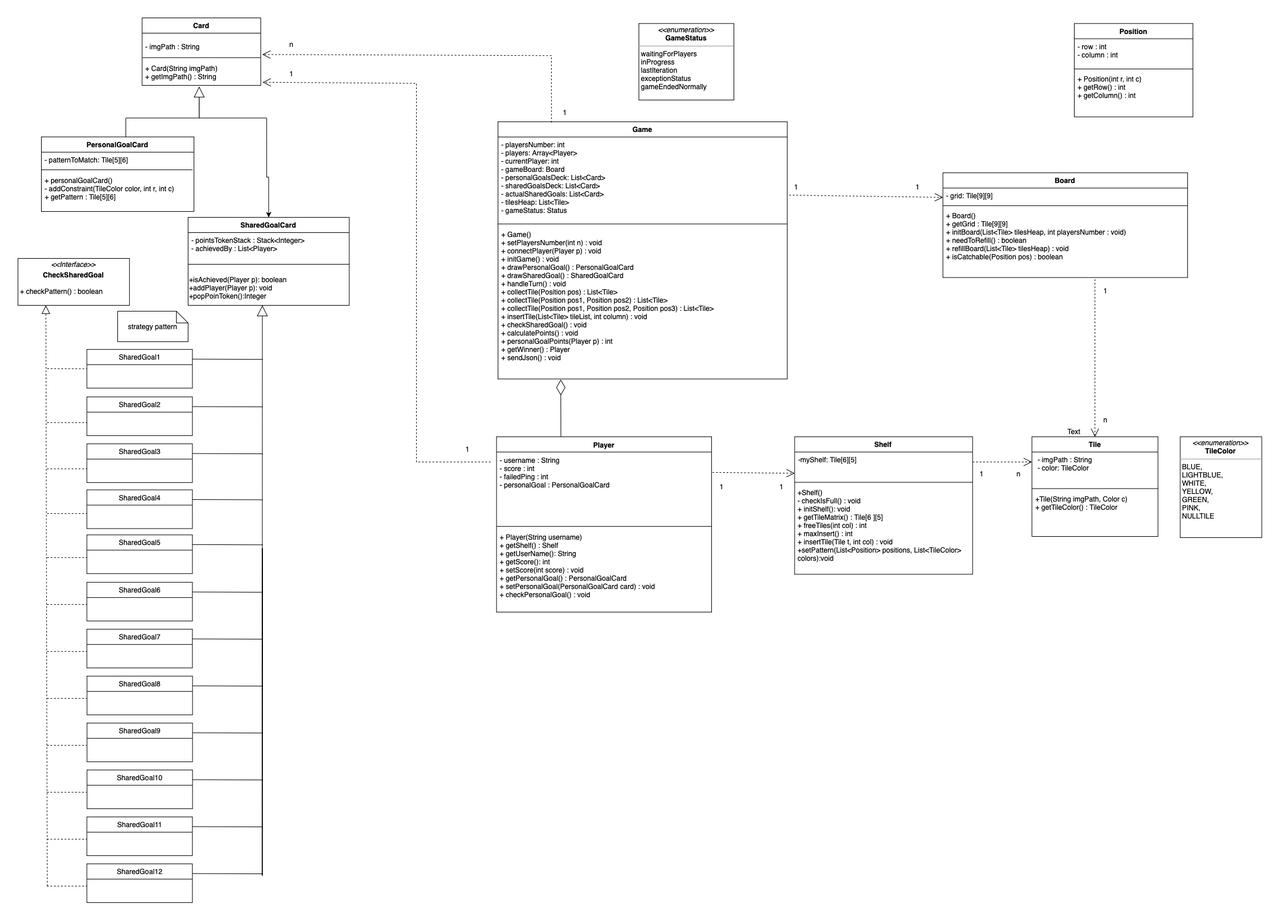
Before: deliveries/UML.png, a diagram exported from draw.io (lucacasta01/IS23-AM32). Source tidied: cells renumbered, new cells last; positions are measured from the earlier drawing's top-left corner, leaving out a move shared by most shapes.
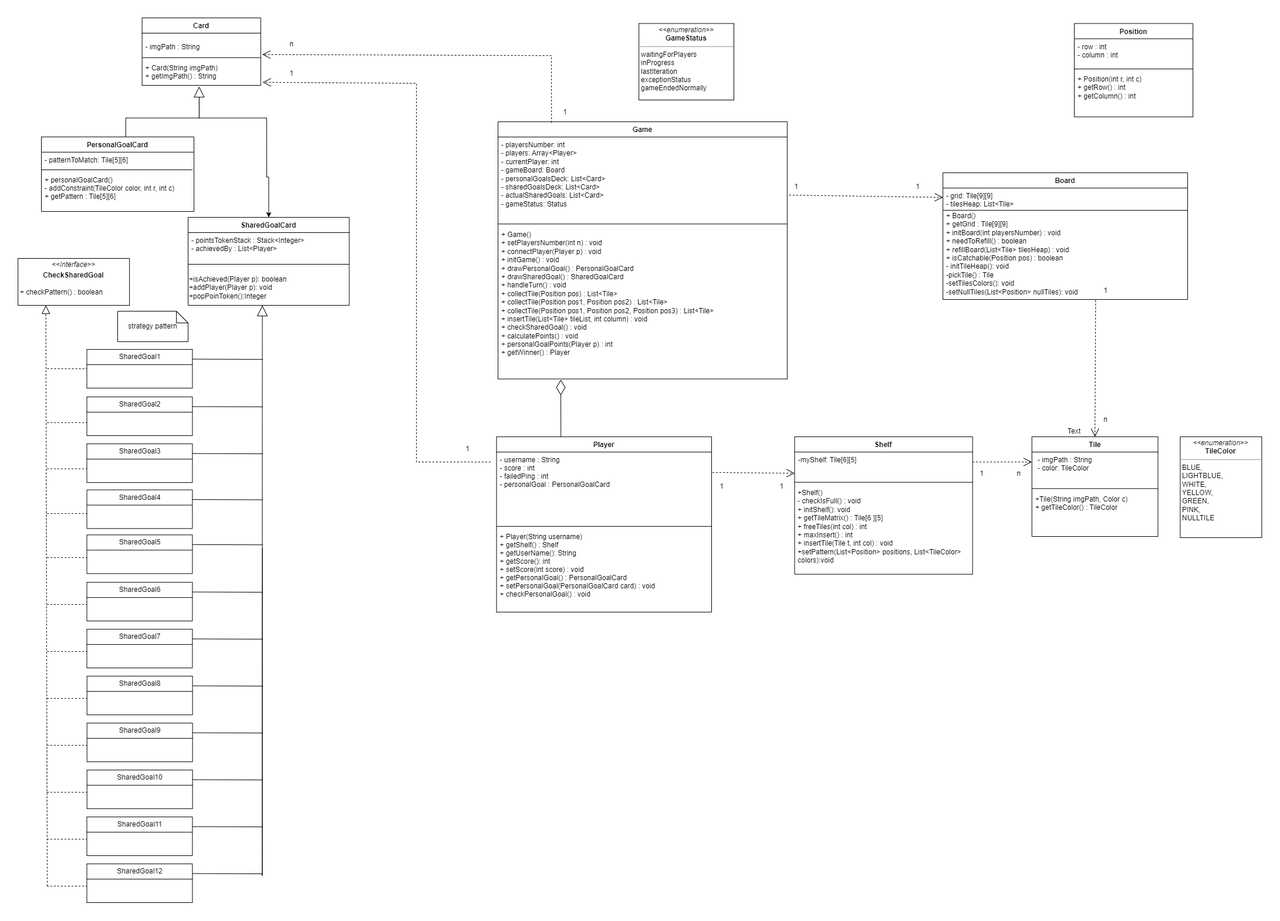
The same diagram one commit later.

What changed in the source:
```diff
@@ -3,7 +3,7 @@
     <mxCell id="0" />
     <mxCell id="1" parent="0" />
     <mxCell id="2" value="Board" style="swimlane;fontStyle=1;align=center;verticalAlign=top;horizontal=1;startSize=26;whiteSpace=wrap;html=1;" parent="1" vertex="1">
-      <mxGeometry x="1576.2" y="264.1" width="416.9" height="178.5" as="geometry" />
+      <mxGeometry x="1576.2" y="264.1" width="416.9" height="215.9" as="geometry" />
     </mxCell>
     <mxCell id="3" value="Game" style="swimlane;fontStyle=1;align=center;verticalAlign=top;horizontal=1;startSize=26;whiteSpace=wrap;html=1;" parent="1" vertex="1">
       <mxGeometry x="818.1" y="177.1" width="492.8" height="438.4" as="geometry" />
@@ -107,10 +107,8 @@
     <mxCell id="29" value="1" style="text;html=1;align=center;verticalAlign=middle;strokeColor=none;fillColor=none;" parent="1" vertex="1">
       <mxGeometry x="1285.6" y="783.9" width="30" height="30" as="geometry" />
     </mxCell>
-    <mxCell id="30" style="endArrow=open;endSize=12;dashed=1;html=1;rounded=0;entryX=0.5;entryY=0;entryDx=0;entryDy=0;" parent="1" edge="1" target="20">
-      <mxGeometry relative="1" as="geometry">
-        <mxPoint x="1835.2" y="445.6" as="sourcePoint" />
-      </mxGeometry>
+    <mxCell id="30" style="endArrow=open;endSize=12;dashed=1;html=1;rounded=0;entryX=0.5;entryY=0;entryDx=0;entryDy=0;exitX=0.624;exitY=1.008;exitDx=0;exitDy=0;exitPerimeter=0;" parent="1" edge="1" source="42" target="20">
+      <mxGeometry relative="1" as="geometry" />
     </mxCell>
     <mxCell id="31" style="endArrow=open;endSize=12;dashed=1;html=1;rounded=0;exitX=1.007;exitY=0.688;exitDx=0;exitDy=0;exitPerimeter=0;" parent="1" edge="1" source="43">
       <mxGeometry relative="1" as="geometry">
@@ -141,22 +139,22 @@
     <mxCell id="39" value="1" style="text;html=1;align=center;verticalAlign=middle;strokeColor=none;fillColor=none;" parent="1" vertex="1">
       <mxGeometry x="450.5" y="80" width="30" height="30" as="geometry" />
     </mxCell>
-    <mxCell id="40" value="- grid: Tile[9][9]" style="text;strokeColor=none;fillColor=none;align=left;verticalAlign=top;spacingLeft=4;spacingRight=4;overflow=hidden;whiteSpace=wrap;html=1;" parent="1" vertex="1">
-      <mxGeometry x="1576.2" y="290.1" width="416.9" height="25.8" as="geometry" />
+    <mxCell id="40" value="- grid: Tile[9][9]&lt;br&gt;- tilesHeap: List&amp;lt;Tile&amp;gt;" style="text;strokeColor=none;fillColor=none;align=left;verticalAlign=top;spacingLeft=4;spacingRight=4;overflow=hidden;whiteSpace=wrap;html=1;" parent="1" vertex="1">
+      <mxGeometry x="1576.2" y="290.1" width="416.9" height="49.9" as="geometry" />
     </mxCell>
     <mxCell id="41" style="line;strokeWidth=1;fillColor=none;align=left;verticalAlign=middle;spacingTop=-1;spacingLeft=3;spacingRight=3;labelPosition=right;strokeColor=inherit;" parent="1" vertex="1">
-      <mxGeometry x="1576.2" y="315.9" width="416.9" height="8.6" as="geometry" />
+      <mxGeometry x="1576.2" y="315.9" width="416.9" height="24.1" as="geometry" />
     </mxCell>
-    <mxCell id="42" value="+ Board()&lt;br&gt;+ getGrid : Tile[9][9]&lt;br&gt;+ initBoard(List&amp;lt;Tile&amp;gt; tilesHeap, int playersNumber : void)&lt;br&gt;+ needToRefill() : boolean&lt;br&gt;+ refillBoard(List&amp;lt;Tile&amp;gt; tilesHeap) : void&lt;br&gt;+ isCatchable(Position pos) : boolean" style="text;strokeColor=none;fillColor=none;align=left;verticalAlign=top;spacingLeft=4;spacingRight=4;overflow=hidden;points=[[0,0.5],[1,0.5]];portConstraint=eastwest;whiteSpace=wrap;html=1;" parent="1" vertex="1">
-      <mxGeometry x="1576.2" y="324.5" width="416.9" height="118.1" as="geometry" />
+    <mxCell id="42" value="+ Board()&lt;br&gt;+ getGrid : Tile[9][9]&lt;br&gt;+ initBoard(int playersNumber) : void&lt;br&gt;+ needToRefill() : boolean&lt;br&gt;+ refillBoard(List&amp;lt;Tile&amp;gt; tilesHeap) : void&lt;br&gt;+ isCatchable(Position pos) : boolean&lt;br&gt;- initTileHeap(): void&lt;br&gt;-pickTile() : Tile&lt;br&gt;-setTilesColors(): void&lt;br&gt;-setNullTiles(List&amp;lt;Position&amp;gt; nullTiles): void&lt;br&gt;&lt;br&gt;" style="text;strokeColor=none;fillColor=none;align=left;verticalAlign=top;spacingLeft=4;spacingRight=4;overflow=hidden;points=[[0,0.5],[1,0.5]];portConstraint=eastwest;whiteSpace=wrap;html=1;" parent="1" vertex="1">
+      <mxGeometry x="1576.2" y="324.5" width="416.9" height="155.5" as="geometry" />
     </mxCell>
-    <mxCell id="43" value="- playersNumber: int&lt;br&gt;- players: Array&amp;lt;Player&amp;gt;&lt;br&gt;- currentPlayer: int&amp;nbsp;&lt;br&gt;- gameBoard: Board&lt;br&gt;- personalGoalsDeck: List&amp;lt;Card&amp;gt;&lt;br&gt;- sharedGoalsDeck: List&amp;lt;Card&amp;gt;&lt;br&gt;- actualSharedGoals: List&amp;lt;Card&amp;gt;&lt;br&gt;- tilesHeap: List&amp;lt;Tile&amp;gt;&lt;br&gt;- gameStatus: Status" style="text;strokeColor=none;fillColor=none;align=left;verticalAlign=top;spacingLeft=4;spacingRight=4;overflow=hidden;points=[[0,0.5],[1,0.5]];portConstraint=eastwest;whiteSpace=wrap;html=1;" parent="1" vertex="1">
+    <mxCell id="43" value="- playersNumber: int&lt;br&gt;- players: Array&amp;lt;Player&amp;gt;&lt;br&gt;- currentPlayer: int&amp;nbsp;&lt;br&gt;- gameBoard: Board&lt;br&gt;- personalGoalsDeck: List&amp;lt;Card&amp;gt;&lt;br&gt;- sharedGoalsDeck: List&amp;lt;Card&amp;gt;&lt;br&gt;- actualSharedGoals: List&amp;lt;Card&amp;gt;&lt;br&gt;- gameStatus: Status" style="text;strokeColor=none;fillColor=none;align=left;verticalAlign=top;spacingLeft=4;spacingRight=4;overflow=hidden;points=[[0,0.5],[1,0.5]];portConstraint=eastwest;whiteSpace=wrap;html=1;" parent="1" vertex="1">
       <mxGeometry x="818.1" y="203.1" width="492.8" height="143.9" as="geometry" />
     </mxCell>
     <mxCell id="44" style="line;strokeWidth=1;fillColor=none;align=left;verticalAlign=middle;spacingTop=-1;spacingLeft=3;spacingRight=3;labelPosition=right;strokeColor=inherit;" parent="1" vertex="1">
       <mxGeometry x="818.1" y="347" width="492.8" height="8.6" as="geometry" />
     </mxCell>
-    <mxCell id="45" value="+ Game()&lt;br&gt;+ setPlayersNumber(int n) : void&lt;br&gt;+ connectPlayer(Player p) : void&lt;br&gt;+ initGame() : void&lt;br&gt;+ drawPersonalGoal() : PersonalGoalCard&lt;br&gt;+ drawSharedGoal() : SharedGoalCard&lt;br&gt;+ handleTurn() : void&lt;br&gt;+ collectTile(Position pos) : List&amp;lt;Tile&amp;gt;&lt;br&gt;+ collectTile(Position pos1, Position pos2) : List&amp;lt;Tile&amp;gt;&lt;br&gt;+ collectTile(Position pos1, Position pos2, Position pos3) : List&amp;lt;Tile&amp;gt;&lt;br&gt;+ insertTile(List&amp;lt;Tile&amp;gt; tileList, int column) : void&lt;br&gt;+ checkSharedGoal() : void&lt;br&gt;+ calculatePoints() : void&lt;br&gt;+ personalGoalPoints(Player p) : int&lt;br&gt;+ getWinner() : Player&lt;br&gt;+ sendJson() : void&amp;nbsp;" style="text;align=left;verticalAlign=top;spacingLeft=4;spacingRight=4;overflow=hidden;points=[[0,0.5],[1,0.5]];portConstraint=eastwest;whiteSpace=wrap;html=1;" parent="1" vertex="1">
+    <mxCell id="45" value="+ Game()&lt;br&gt;+ setPlayersNumber(int n) : void&lt;br&gt;+ connectPlayer(Player p) : void&lt;br&gt;+ initGame() : void&lt;br&gt;+ drawPersonalGoal() : PersonalGoalCard&lt;br&gt;+ drawSharedGoal() : SharedGoalCard&lt;br&gt;+ handleTurn() : void&lt;br&gt;+ collectTile(Position pos) : List&amp;lt;Tile&amp;gt;&lt;br&gt;+ collectTile(Position pos1, Position pos2) : List&amp;lt;Tile&amp;gt;&lt;br&gt;+ collectTile(Position pos1, Position pos2, Position pos3) : List&amp;lt;Tile&amp;gt;&lt;br&gt;+ insertTile(List&amp;lt;Tile&amp;gt; tileList, int column) : void&lt;br&gt;+ checkSharedGoal() : void&lt;br&gt;+ calculatePoints() : void&lt;br&gt;+ personalGoalPoints(Player p) : int&lt;br&gt;+ getWinner() : Player&lt;br&gt;&amp;nbsp;" style="text;align=left;verticalAlign=top;spacingLeft=4;spacingRight=4;overflow=hidden;points=[[0,0.5],[1,0.5]];portConstraint=eastwest;whiteSpace=wrap;html=1;" parent="1" vertex="1">
       <mxGeometry x="818.1" y="355.6" width="492.8" height="259.9" as="geometry" />
     </mxCell>
     <mxCell id="46" value="- imgPath : String" style="text;strokeColor=none;fillColor=none;align=left;verticalAlign=top;spacingLeft=4;spacingRight=4;overflow=hidden;points=[[0,0.5],[1,0.5]];portConstraint=eastwest;" parent="1" vertex="1">
```
